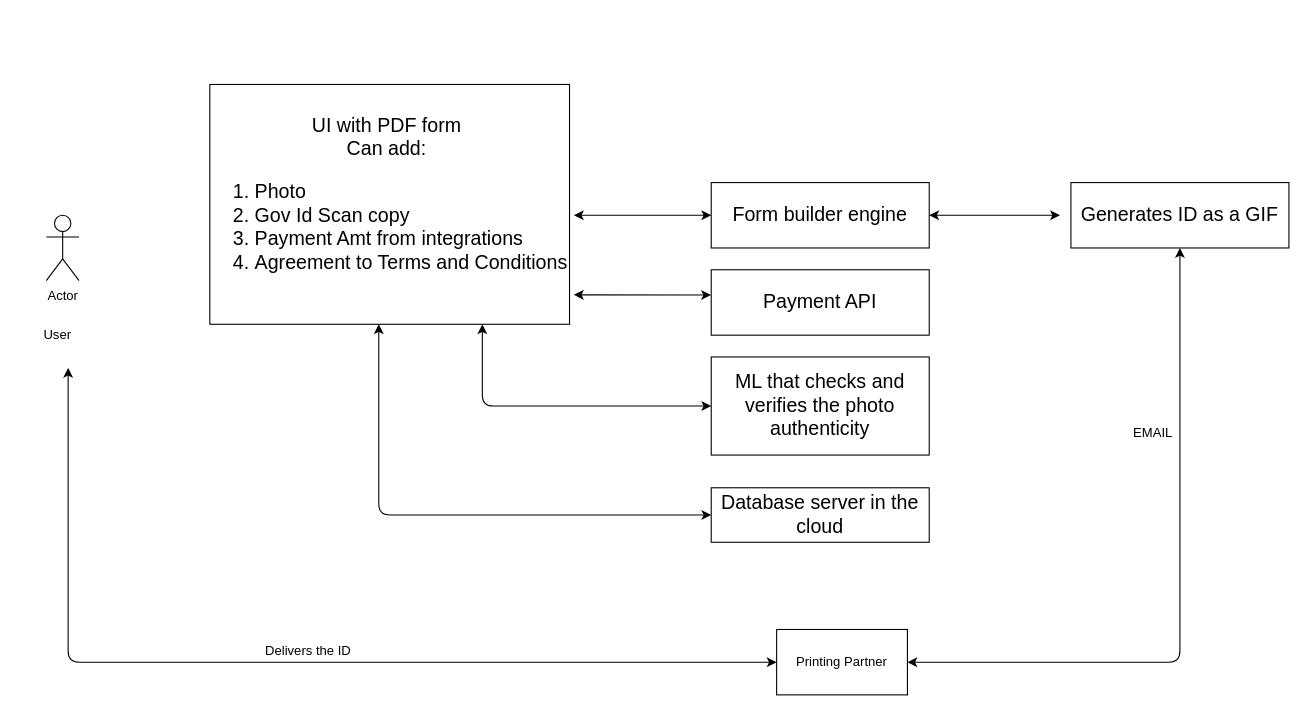
Before: AutovsManual2.drawio in chauchausoup/inventory, a draw.io diagram. Source tidied: cells renumbered, new cells numbered last; positions are measured from the earlier drawing's top-left corner, leaving out a move shared by most shapes. Both pictures are drawn from the tidied source at 109%, with x=0, y=0 at pixel (35, 84).
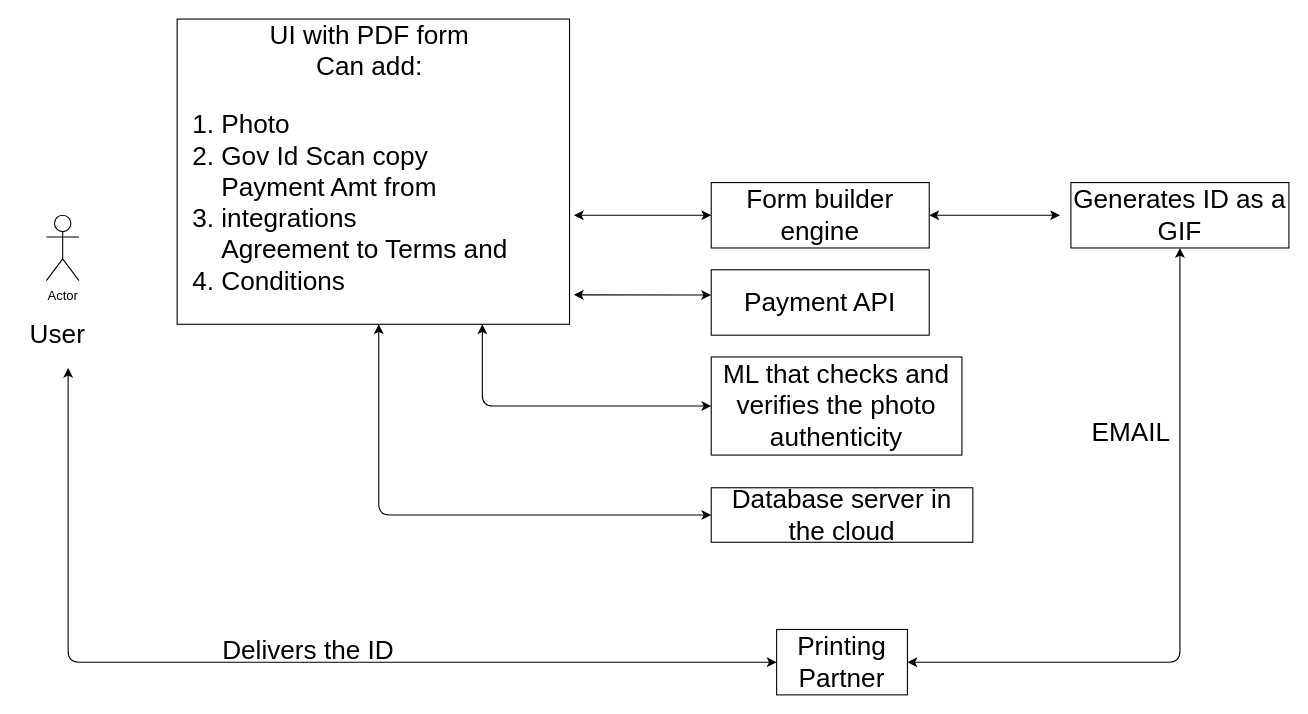
The same diagram, later.

What changed in the source:
```diff
@@
-    <mxCell id="2" value="&lt;font style=&quot;font-size: 18px&quot;&gt;UI with PDF form&amp;nbsp;&lt;br&gt;Can add:&amp;nbsp;&lt;br&gt;&lt;div style=&quot;text-align: left&quot;&gt;&lt;ol&gt;&lt;li&gt;&lt;font style=&quot;font-size: 18px&quot;&gt;&lt;div style=&quot;text-align: left&quot;&gt;&lt;span&gt;Photo&lt;/span&gt;&lt;/div&gt;&lt;/font&gt;&lt;/li&gt;&lt;li&gt;&lt;font style=&quot;font-size: 18px&quot;&gt;&lt;div style=&quot;text-align: left&quot;&gt;&lt;span&gt;Gov Id Scan copy&lt;/span&gt;&lt;/div&gt;&lt;/font&gt;&lt;/li&gt;&lt;li&gt;&lt;font style=&quot;font-size: 18px&quot;&gt;&lt;div style=&quot;text-align: left&quot;&gt;&lt;span&gt;Payment Amt from integrations&lt;/span&gt;&lt;/div&gt;&lt;/font&gt;&lt;/li&gt;&lt;li&gt;&lt;font style=&quot;font-size: 18px&quot;&gt;&lt;div style=&quot;text-align: left&quot;&gt;&lt;span&gt;Agreement to Terms and Conditions&lt;/span&gt;&lt;/div&gt;&lt;/font&gt;&lt;/li&gt;&lt;/ol&gt;&lt;/div&gt;&lt;/font&gt;" style="rounded=0;whiteSpace=wrap;html=1;" parent="1" vertex="1">
-      <mxGeometry x="160" width="330" height="220" as="geometry" />
+    <mxCell id="2" value="&lt;font style=&quot;font-size: 24px&quot;&gt;UI with PDF form&amp;nbsp;&lt;br&gt;Can add:&amp;nbsp;&lt;br&gt;&lt;div style=&quot;text-align: left&quot;&gt;&lt;ol&gt;&lt;li&gt;&lt;font&gt;&lt;div style=&quot;text-align: left&quot;&gt;&lt;span&gt;Photo&lt;/span&gt;&lt;/div&gt;&lt;/font&gt;&lt;/li&gt;&lt;li&gt;&lt;font&gt;&lt;div style=&quot;text-align: left&quot;&gt;&lt;span&gt;Gov Id Scan copy&lt;/span&gt;&lt;/div&gt;&lt;/font&gt;&lt;/li&gt;&lt;li&gt;&lt;font&gt;&lt;div style=&quot;text-align: left&quot;&gt;&lt;span&gt;Payment Amt from integrations&lt;/span&gt;&lt;/div&gt;&lt;/font&gt;&lt;/li&gt;&lt;li&gt;&lt;font&gt;&lt;div style=&quot;text-align: left&quot;&gt;Agreement to Terms and Conditions&lt;/div&gt;&lt;/font&gt;&lt;/li&gt;&lt;/ol&gt;&lt;/div&gt;&lt;/font&gt;" style="rounded=0;whiteSpace=wrap;html=1;" parent="1" vertex="1">
+      <mxGeometry x="130" y="-60" width="360" height="280" as="geometry" />
     </mxCell>
@@
-    <mxCell id="4" value="User" style="text;html=1;align=center;verticalAlign=middle;" parent="1" vertex="1">
-      <mxGeometry y="220" width="40" height="20" as="geometry" />
+    <mxCell id="4" value="&lt;font style=&quot;font-size: 24px&quot;&gt;User&lt;/font&gt;" style="text;html=1;align=center;verticalAlign=middle;" parent="1" vertex="1">
+      <mxGeometry x="-15" y="220" width="70" height="20" as="geometry" />
     </mxCell>
@@
-    <mxCell id="6" value="&lt;font style=&quot;font-size: 18px&quot;&gt;Payment API&lt;/font&gt;" style="rounded=0;whiteSpace=wrap;html=1;" parent="1" vertex="1">
+    <mxCell id="6" value="&lt;font style=&quot;font-size: 24px&quot;&gt;Payment API&lt;/font&gt;" style="rounded=0;whiteSpace=wrap;html=1;" parent="1" vertex="1">
       <mxGeometry x="620" y="170" width="200" height="60" as="geometry" />
     </mxCell>
-    <mxCell id="7" value="&lt;font style=&quot;font-size: 18px&quot;&gt;Form builder engine&lt;/font&gt;" style="rounded=0;whiteSpace=wrap;html=1;" parent="1" vertex="1">
+    <mxCell id="7" value="&lt;font style=&quot;font-size: 24px&quot;&gt;Form builder engine&lt;/font&gt;" style="rounded=0;whiteSpace=wrap;html=1;" parent="1" vertex="1">
       <mxGeometry x="620" y="90" width="200" height="60" as="geometry" />
     </mxCell>
@@
-    <mxCell id="10" value="&lt;font style=&quot;font-size: 18px&quot;&gt;ML that checks and verifies the photo authenticity&lt;/font&gt;" style="rounded=0;whiteSpace=wrap;html=1;" parent="1" vertex="1">
-      <mxGeometry x="620" y="250" width="200" height="90" as="geometry" />
+    <mxCell id="10" value="&lt;font style=&quot;font-size: 24px&quot;&gt;ML that checks and verifies the photo authenticity&lt;/font&gt;" style="rounded=0;whiteSpace=wrap;html=1;" parent="1" vertex="1">
+      <mxGeometry x="620" y="250" width="230" height="90" as="geometry" />
     </mxCell>
-    <mxCell id="11" value="&lt;font style=&quot;font-size: 18px&quot;&gt;Database server in the cloud&lt;/font&gt;" style="rounded=0;whiteSpace=wrap;html=1;" parent="1" vertex="1">
-      <mxGeometry x="620" y="370" width="200" height="50" as="geometry" />
+    <mxCell id="11" value="&lt;font style=&quot;font-size: 24px&quot;&gt;Database server in the cloud&lt;/font&gt;" style="rounded=0;whiteSpace=wrap;html=1;" parent="1" vertex="1">
+      <mxGeometry x="620" y="370" width="240" height="50" as="geometry" />
     </mxCell>
@@
-    <mxCell id="14" value="&lt;font style=&quot;font-size: 18px&quot;&gt;Generates ID as a GIF&lt;/font&gt;" style="rounded=0;whiteSpace=wrap;html=1;" parent="1" vertex="1">
+    <mxCell id="14" value="&lt;font style=&quot;font-size: 24px&quot;&gt;Generates ID as a GIF&lt;/font&gt;" style="rounded=0;whiteSpace=wrap;html=1;" parent="1" vertex="1">
       <mxGeometry x="950" y="90" width="200" height="60" as="geometry" />
     </mxCell>
-    <mxCell id="15" value="Printing Partner" style="rounded=0;whiteSpace=wrap;html=1;" parent="1" vertex="1">
+    <mxCell id="15" value="&lt;font style=&quot;font-size: 24px&quot;&gt;Printing Partner&lt;/font&gt;" style="rounded=0;whiteSpace=wrap;html=1;" parent="1" vertex="1">
       <mxGeometry x="680" y="500" width="120" height="60" as="geometry" />
     </mxCell>
@@
-    <mxCell id="17" value="EMAIL" style="text;html=1;align=center;verticalAlign=middle;" parent="1" vertex="1">
-      <mxGeometry x="1000" y="310" width="50" height="20" as="geometry" />
+    <mxCell id="17" value="&lt;font style=&quot;font-size: 24px&quot;&gt;EMAIL&lt;/font&gt;" style="text;html=1;align=center;verticalAlign=middle;" parent="1" vertex="1">
+      <mxGeometry x="960" y="310" width="90" height="20" as="geometry" />
     </mxCell>
@@
-    <mxCell id="19" value="Delivers the ID" style="text;html=1;align=center;verticalAlign=middle;" parent="1" vertex="1">
-      <mxGeometry x="205" y="510" width="90" height="20" as="geometry" />
+    <mxCell id="19" value="&lt;font style=&quot;font-size: 24px&quot;&gt;Delivers the ID&lt;/font&gt;" style="text;html=1;align=center;verticalAlign=middle;" parent="1" vertex="1">
+      <mxGeometry x="165" y="510" width="170" height="20" as="geometry" />
     </mxCell>
```
